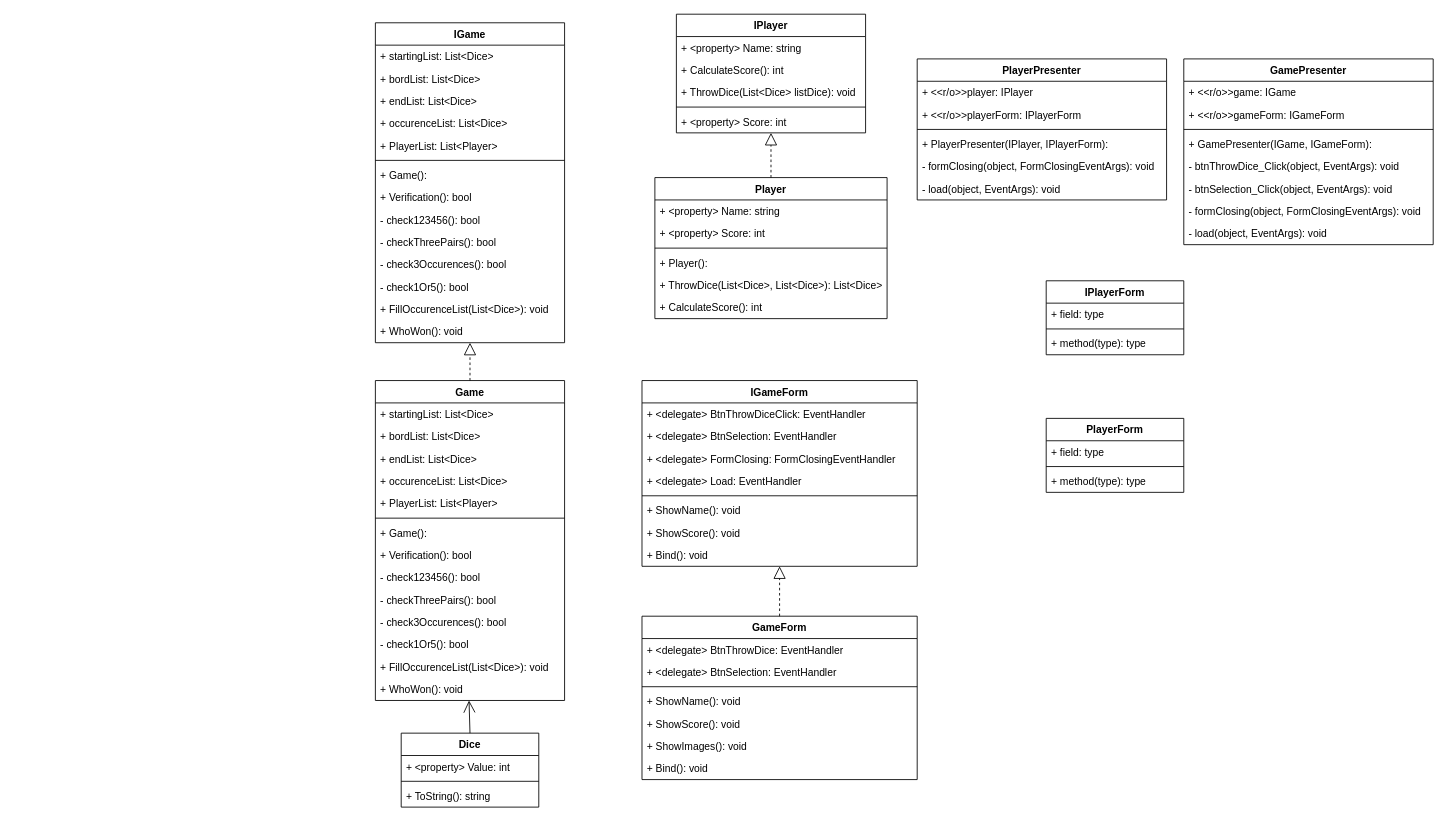
EricFunes/Farkle keeps this draw.io diagram as FarkleUML.drawio. Above is the earlier version. Source tidied: cells renumbered, new cells numbered last; positions are measured from the earlier drawing's top-left corner, leaving out a move shared by most shapes. Both pictures are drawn from the tidied source at 86%, with x=0, y=0 at pixel (375, 14).
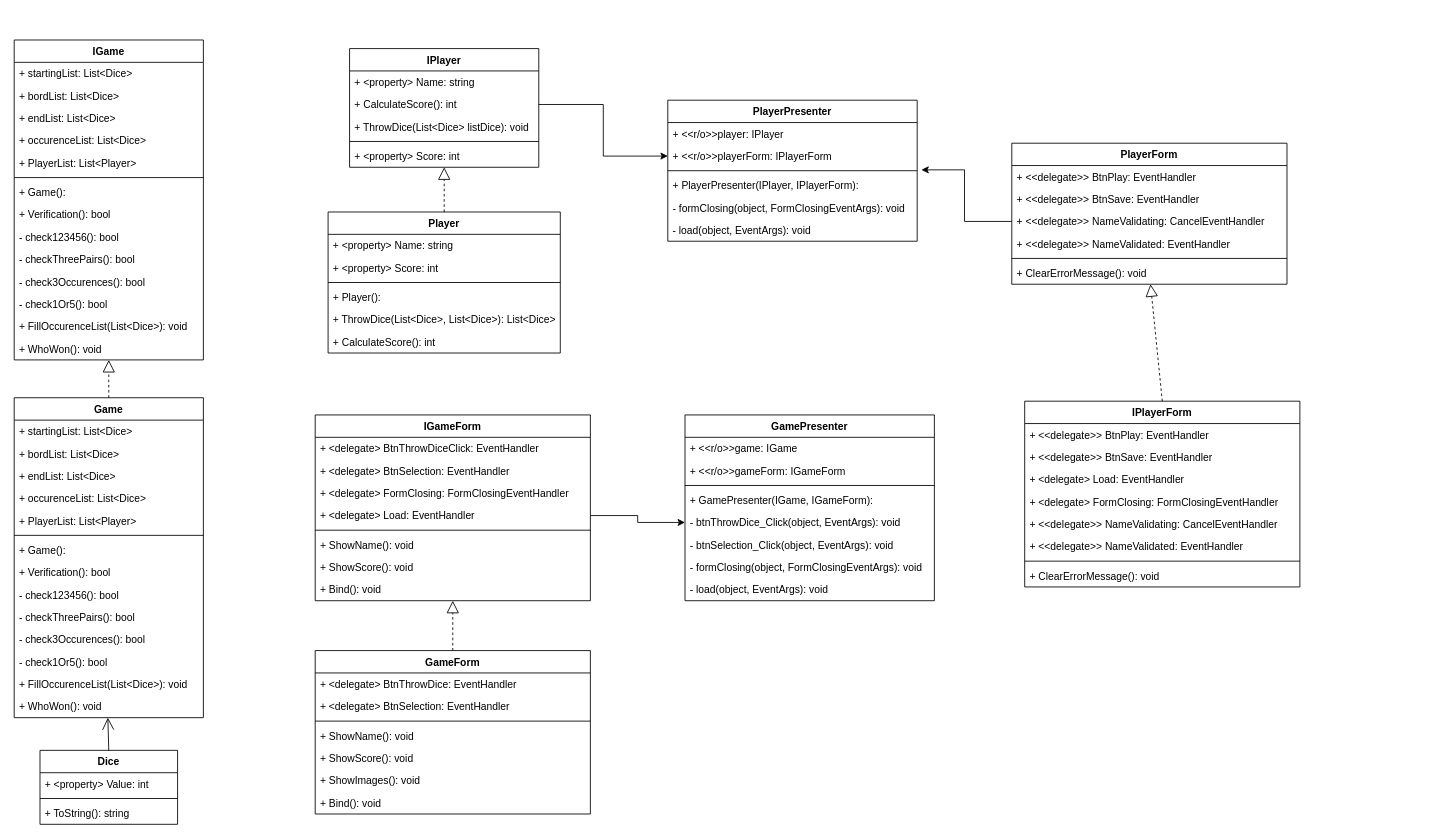
The same page after the edit.

Commit message:
Farkle UML complete.

The change refers to these unchanged cells:
```xml
<mxCell id="21" value="+ &lt;delegate&gt; Load: EventHandler" style="text;strokeColor=none;fillColor=none;align=left;verticalAlign=top;spacingLeft=4;spacingRight=4;overflow=hidden;points=[[0,0.5],[1,0.5]];portConstraint=eastwest;" parent="17" vertex="1">
  <mxGeometry y="104" width="320" height="26" as="geometry" />
</mxCell>
<mxCell id="32" value="+ CalculateScore(): int" style="text;strokeColor=none;fillColor=none;align=left;verticalAlign=top;spacingLeft=4;spacingRight=4;overflow=hidden;points=[[0,0.5],[1,0.5]];portConstraint=eastwest;" parent="30" vertex="1">
  <mxGeometry y="52" width="220" height="26" as="geometry" />
</mxCell>
<mxCell id="41" value="- btnThrowDice_Click(object, EventArgs): void" style="text;strokeColor=none;fillColor=none;align=left;verticalAlign=top;spacingLeft=4;spacingRight=4;overflow=hidden;points=[[0,0.5],[1,0.5]];portConstraint=eastwest;" parent="36" vertex="1">
  <mxGeometry y="112" width="290" height="26" as="geometry" />
</mxCell>
<mxCell id="89" value="+ &lt;&lt;r/o&gt;&gt;playerForm: IPlayerForm" style="text;strokeColor=none;fillColor=none;align=left;verticalAlign=top;spacingLeft=4;spacingRight=4;overflow=hidden;points=[[0,0.5],[1,0.5]];portConstraint=eastwest;" parent="87" vertex="1">
  <mxGeometry y="52" width="290" height="26" as="geometry" />
</mxCell>
<mxCell id="91" value="+ PlayerPresenter(IPlayer, IPlayerForm): " style="text;strokeColor=none;fillColor=none;align=left;verticalAlign=top;spacingLeft=4;spacingRight=4;overflow=hidden;points=[[0,0.5],[1,0.5]];portConstraint=eastwest;" parent="87" vertex="1">
  <mxGeometry y="86" width="290" height="26" as="geometry" />
</mxCell>
```

What changed in the source:
```diff
@@
     <mxCell id="2" value="Player" style="swimlane;fontStyle=1;align=center;verticalAlign=top;horizontal=1;startSize=26;" parent="1" vertex="1">
-      <mxGeometry x="325" y="190" width="270" height="164" as="geometry" />
+      <mxGeometry x="-55" y="230" width="270" height="164" as="geometry" />
     </mxCell>
@@
     <mxCell id="9" value="IPlayerForm" style="swimlane;fontStyle=1;align=center;verticalAlign=top;horizontal=1;startSize=26;" parent="1" vertex="1">
-      <mxGeometry x="780" y="310" width="160" height="86" as="geometry" />
+      <mxGeometry x="755" y="450" width="320" height="216" as="geometry" />
     </mxCell>
-    <mxCell id="10" value="+ field: type" style="text;strokeColor=none;fillColor=none;align=left;verticalAlign=top;spacingLeft=4;spacingRight=4;overflow=hidden;" parent="9" vertex="1">
-      <mxGeometry y="26" width="160" height="26" as="geometry" />
+    <mxCell id="10" value="+ &lt;&lt;delegate&gt;&gt; BtnPlay: EventHandler" style="text;strokeColor=none;fillColor=none;align=left;verticalAlign=top;spacingLeft=4;spacingRight=4;overflow=hidden;" parent="9" vertex="1">
+      <mxGeometry y="26" width="320" height="26" as="geometry" />
     </mxCell>
+    <mxCell id="94" value="+ &lt;&lt;delegate&gt;&gt; BtnSave: EventHandler" style="text;strokeColor=none;fillColor=none;align=left;verticalAlign=top;spacingLeft=4;spacingRight=4;overflow=hidden;" parent="9" vertex="1">
+      <mxGeometry y="52" width="320" height="26" as="geometry" />
+    </mxCell>
+    <mxCell id="95" value="+ &lt;delegate&gt; Load: EventHandler" style="text;strokeColor=none;fillColor=none;align=left;verticalAlign=top;spacingLeft=4;spacingRight=4;overflow=hidden;" parent="9" vertex="1">
+      <mxGeometry y="78" width="320" height="26" as="geometry" />
+    </mxCell>
+    <mxCell id="96" value="+ &lt;delegate&gt; FormClosing: FormClosingEventHandler" style="text;strokeColor=none;fillColor=none;align=left;verticalAlign=top;spacingLeft=4;spacingRight=4;overflow=hidden;" parent="9" vertex="1">
+      <mxGeometry y="104" width="320" height="26" as="geometry" />
+    </mxCell>
+    <mxCell id="97" value="+ &lt;&lt;delegate&gt;&gt; NameValidating: CancelEventHandler" style="text;strokeColor=none;fillColor=none;align=left;verticalAlign=top;spacingLeft=4;spacingRight=4;overflow=hidden;" parent="9" vertex="1">
+      <mxGeometry y="130" width="320" height="26" as="geometry" />
+    </mxCell>
+    <mxCell id="98" value="+ &lt;&lt;delegate&gt;&gt; NameValidated: EventHandler" style="text;strokeColor=none;fillColor=none;align=left;verticalAlign=top;spacingLeft=4;spacingRight=4;overflow=hidden;" parent="9" vertex="1">
+      <mxGeometry y="156" width="320" height="26" as="geometry" />
+    </mxCell>
     <mxCell id="11" style="line;strokeWidth=1;fillColor=none;align=left;verticalAlign=middle;spacingTop=-1;spacingLeft=3;spacingRight=3;labelPosition=right;" parent="9" vertex="1">
-      <mxGeometry y="52" width="160" height="8" as="geometry" />
+      <mxGeometry y="182" width="320" height="8" as="geometry" />
     </mxCell>
-    <mxCell id="12" value="+ method(type): type" style="text;strokeColor=none;fillColor=none;align=left;verticalAlign=top;spacingLeft=4;spacingRight=4;overflow=hidden;" parent="9" vertex="1">
-      <mxGeometry y="60" width="160" height="26" as="geometry" />
-    </mxCell>
+    <mxCell id="99" value="+ ClearErrorMessage(): void" style="text;strokeColor=none;fillColor=none;align=left;verticalAlign=top;spacingLeft=4;spacingRight=4;overflow=hidden;" parent="9" vertex="1">
+      <mxGeometry y="190" width="320" height="26" as="geometry" />
+    </mxCell>
     <mxCell id="13" value="Dice" style="swimlane;fontStyle=1;align=center;verticalAlign=top;horizontal=1;startSize=26;" parent="1" vertex="1">
-      <mxGeometry x="30" y="836" width="160" height="86" as="geometry" />
+      <mxGeometry x="-390" y="856" width="160" height="86" as="geometry" />
     </mxCell>
@@
     <mxCell id="17" value="IGameForm" style="swimlane;fontStyle=1;align=center;verticalAlign=top;horizontal=1;startSize=26;" parent="1" vertex="1">
-      <mxGeometry x="310" y="426" width="320" height="216" as="geometry" />
+      <mxGeometry x="-70" y="466" width="320" height="216" as="geometry" />
     </mxCell>
@@
-    <mxCell id="26" value="PlayerForm" style="swimlane;fontStyle=1;align=center;verticalAlign=top;horizontal=1;startSize=26;" parent="1" vertex="1">
-      <mxGeometry x="780" y="470" width="160" height="86" as="geometry" />
-    </mxCell>
-    <mxCell id="27" value="+ field: type" style="text;strokeColor=none;fillColor=none;align=left;verticalAlign=top;spacingLeft=4;spacingRight=4;overflow=hidden;" parent="26" vertex="1">
-      <mxGeometry y="26" width="160" height="26" as="geometry" />
-    </mxCell>
-    <mxCell id="28" style="line;strokeWidth=1;fillColor=none;align=left;verticalAlign=middle;spacingTop=-1;spacingLeft=3;spacingRight=3;labelPosition=right;" parent="26" vertex="1">
-      <mxGeometry y="52" width="160" height="8" as="geometry" />
-    </mxCell>
-    <mxCell id="29" value="+ method(type): type" style="text;strokeColor=none;fillColor=none;align=left;verticalAlign=top;spacingLeft=4;spacingRight=4;overflow=hidden;" parent="26" vertex="1">
-      <mxGeometry y="60" width="160" height="26" as="geometry" />
-    </mxCell>
+    <mxCell id="100" style="edgeStyle=orthogonalEdgeStyle;rounded=0;jettySize=auto;html=1;entryX=0;entryY=0.5;entryDx=0;entryDy=0;exitX=1;exitY=0.5;exitDx=0;exitDy=0;" parent="1" edge="1" source="32" target="89">
+      <mxGeometry relative="1" as="geometry" />
+    </mxCell>
     <mxCell id="30" value="IPlayer" style="swimlane;fontStyle=1;align=center;verticalAlign=top;horizontal=1;startSize=26;" parent="1" vertex="1">
-      <mxGeometry x="350" width="220" height="138" as="geometry" />
+      <mxGeometry x="-30" y="40" width="220" height="138" as="geometry" />
     </mxCell>
@@
     <mxCell id="36" value="GamePresenter" style="swimlane;fontStyle=1;align=center;verticalAlign=top;horizontal=1;startSize=26;" parent="1" vertex="1">
-      <mxGeometry x="940" y="52" width="290" height="216" as="geometry" />
+      <mxGeometry x="360" y="466" width="290" height="216" as="geometry" />
     </mxCell>
@@
     <mxCell id="45" value="Game" style="swimlane;fontStyle=1;align=center;verticalAlign=top;horizontal=1;startSize=26;" parent="1" vertex="1">
-      <mxGeometry y="426" width="220" height="372" as="geometry" />
+      <mxGeometry x="-420" y="446" width="220" height="372" as="geometry" />
     </mxCell>
@@
     <mxCell id="62" value="IGame" style="swimlane;fontStyle=1;align=center;verticalAlign=top;horizontal=1;startSize=26;" parent="1" vertex="1">
-      <mxGeometry y="10" width="220" height="372" as="geometry" />
+      <mxGeometry x="-420" y="30" width="220" height="372" as="geometry" />
     </mxCell>
@@
     <mxCell id="78" value="GameForm" style="swimlane;fontStyle=1;align=center;verticalAlign=top;horizontal=1;startSize=26;" parent="1" vertex="1">
-      <mxGeometry x="310" y="700" width="320" height="190" as="geometry" />
+      <mxGeometry x="-70" y="740" width="320" height="190" as="geometry" />
     </mxCell>
@@
     <mxCell id="87" value="PlayerPresenter" style="swimlane;fontStyle=1;align=center;verticalAlign=top;horizontal=1;startSize=26;" parent="1" vertex="1">
-      <mxGeometry x="630" y="52" width="290" height="164" as="geometry" />
+      <mxGeometry x="340" y="100" width="290" height="164" as="geometry" />
     </mxCell>
@@
+    <mxCell id="26" value="PlayerForm" style="swimlane;fontStyle=1;align=center;verticalAlign=top;horizontal=1;startSize=26;" parent="1" vertex="1">
+      <mxGeometry x="740" y="150" width="320" height="164" as="geometry" />
+    </mxCell>
+    <mxCell id="101" value="+ &lt;&lt;delegate&gt;&gt; BtnPlay: EventHandler" style="text;strokeColor=none;fillColor=none;align=left;verticalAlign=top;spacingLeft=4;spacingRight=4;overflow=hidden;" parent="26" vertex="1">
+      <mxGeometry y="26" width="320" height="26" as="geometry" />
+    </mxCell>
+    <mxCell id="102" value="+ &lt;&lt;delegate&gt;&gt; BtnSave: EventHandler" style="text;strokeColor=none;fillColor=none;align=left;verticalAlign=top;spacingLeft=4;spacingRight=4;overflow=hidden;" parent="26" vertex="1">
+      <mxGeometry y="52" width="320" height="26" as="geometry" />
+    </mxCell>
+    <mxCell id="103" value="+ &lt;&lt;delegate&gt;&gt; NameValidating: CancelEventHandler" style="text;strokeColor=none;fillColor=none;align=left;verticalAlign=top;spacingLeft=4;spacingRight=4;overflow=hidden;points=[[0,0.5],[1,0.5]];portConstraint=eastwest;" parent="26" vertex="1">
+      <mxGeometry y="78" width="320" height="26" as="geometry" />
+    </mxCell>
+    <mxCell id="104" value="+ &lt;&lt;delegate&gt;&gt; NameValidated: EventHandler" style="text;strokeColor=none;fillColor=none;align=left;verticalAlign=top;spacingLeft=4;spacingRight=4;overflow=hidden;" parent="26" vertex="1">
+      <mxGeometry y="104" width="320" height="26" as="geometry" />
+    </mxCell>
+    <mxCell id="105" style="line;strokeWidth=1;fillColor=none;align=left;verticalAlign=middle;spacingTop=-1;spacingLeft=3;spacingRight=3;labelPosition=right;" parent="26" vertex="1">
+      <mxGeometry y="130" width="320" height="8" as="geometry" />
+    </mxCell>
+    <mxCell id="106" value="+ ClearErrorMessage(): void" style="text;strokeColor=none;fillColor=none;align=left;verticalAlign=top;spacingLeft=4;spacingRight=4;overflow=hidden;points=[[0,0.5],[1,0.5]];portConstraint=eastwest;" parent="26" vertex="1">
+      <mxGeometry y="138" width="320" height="26" as="geometry" />
+    </mxCell>
+    <mxCell id="107" style="endArrow=block;dashed=1;endFill=0;endSize=12;html=1;exitX=0.5;exitY=0;exitDx=0;exitDy=0;" parent="1" edge="1" source="9" target="106">
+      <mxGeometry relative="1" as="geometry" />
+    </mxCell>
+    <mxCell id="108" style="edgeStyle=orthogonalEdgeStyle;rounded=0;jettySize=auto;html=1;exitX=0;exitY=0.5;exitDx=0;exitDy=0;entryX=1.017;entryY=-0.192;entryDx=0;entryDy=0;entryPerimeter=0;" parent="1" edge="1" source="103" target="91">
+      <mxGeometry relative="1" as="geometry" />
+    </mxCell>
+    <mxCell id="109" style="edgeStyle=orthogonalEdgeStyle;rounded=0;jettySize=auto;html=1;exitX=1;exitY=0.5;exitDx=0;exitDy=0;entryX=0;entryY=0.5;entryDx=0;entryDy=0;" parent="1" edge="1" source="21" target="41">
+      <mxGeometry relative="1" as="geometry" />
+    </mxCell>
```
